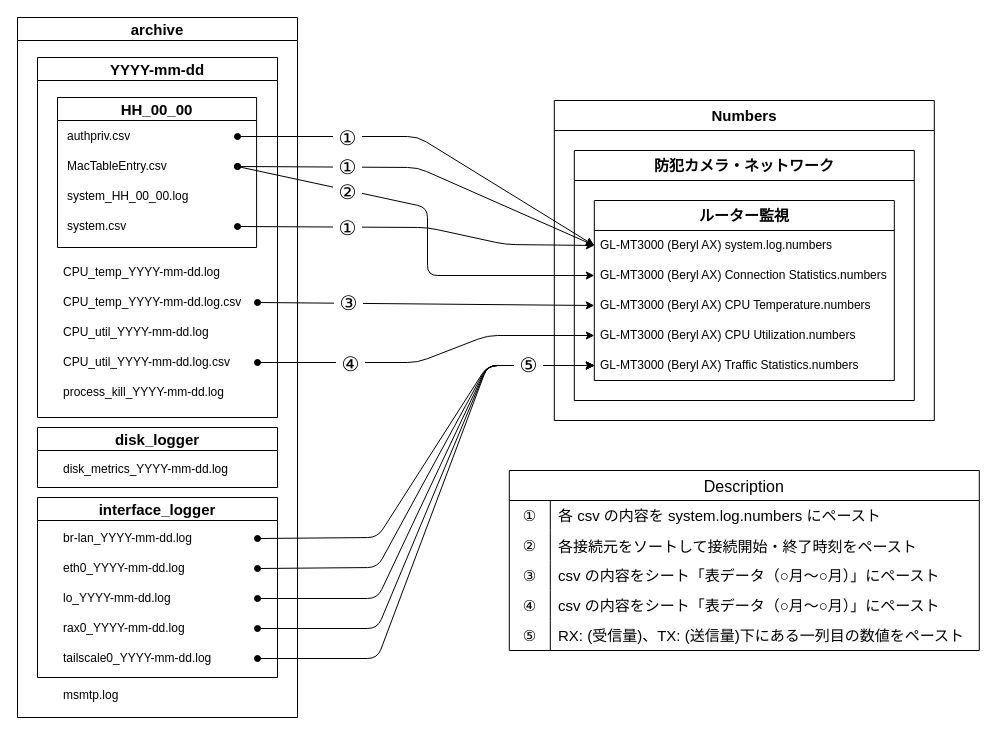
Above: ネットワーク構成図/GL-MT3000 監視ログの整理フロー.drawio in virtualitypage/draw.io (draw.io), before the change. Source tidied: cells renumbered, new cells numbered last; positions are measured from the earlier drawing's top-left corner, leaving out a move shared by most shapes. Both pictures are drawn from the tidied source at 100%, with x=0, y=0 at pixel (17, 17).
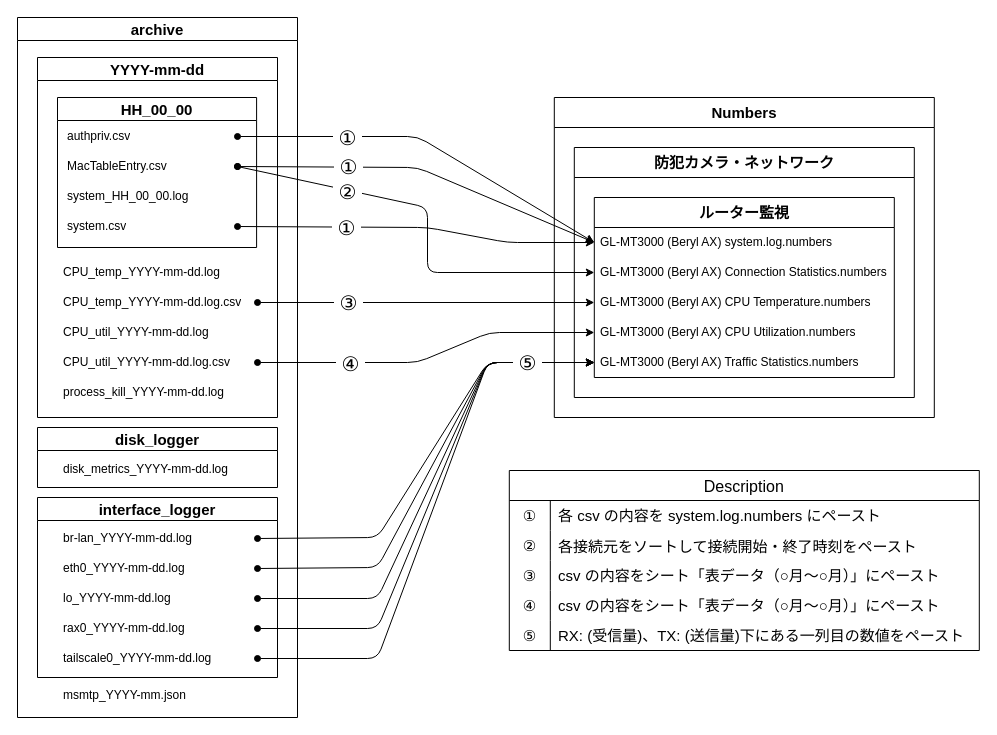
Above is the later version.

Commit message:
GL-MT3000 監視ログの整理フロー.drawio を更新

The change refers to these unchanged cells:
```xml
<mxCell id="5" value="MacTableEntry.csv" style="text;strokeColor=none;fillColor=none;align=left;verticalAlign=middle;spacingLeft=4;spacingRight=4;overflow=hidden;points=[[0,0.5],[1,0.5]];portConstraint=eastwest;whiteSpace=wrap;html=1;" parent="2" vertex="1">
  <mxGeometry x="4" y="54" width="176" height="30" as="geometry" />
</mxCell>
<mxCell id="7" value="system.csv" style="text;strokeColor=none;fillColor=none;align=left;verticalAlign=middle;spacingLeft=4;spacingRight=4;overflow=hidden;points=[[0,0.5],[1,0.5]];portConstraint=eastwest;whiteSpace=wrap;html=1;" parent="2" vertex="1">
  <mxGeometry x="4" y="114" width="176" height="30" as="geometry" />
</mxCell>
<mxCell id="10" value="CPU_util_YYYY-mm-dd.log.csv" style="text;strokeColor=none;fillColor=none;align=left;verticalAlign=middle;spacingLeft=4;spacingRight=4;overflow=hidden;points=[[0,0.5],[1,0.5]];portConstraint=eastwest;whiteSpace=wrap;html=1;" parent="1" vertex="1">
  <mxGeometry x="40" y="330" width="200" height="30" as="geometry" />
</mxCell>
<mxCell id="18" value="br-lan_YYYY-mm-dd.log" style="text;strokeColor=none;fillColor=none;align=left;verticalAlign=middle;spacingLeft=4;spacingRight=4;overflow=hidden;points=[[0,0.5],[1,0.5]];portConstraint=eastwest;whiteSpace=wrap;html=1;" parent="1" vertex="1">
  <mxGeometry x="40" y="506" width="200" height="30" as="geometry" />
</mxCell>
<mxCell id="19" value="eth0_YYYY-mm-dd.log" style="text;strokeColor=none;fillColor=none;align=left;verticalAlign=middle;spacingLeft=4;spacingRight=4;overflow=hidden;points=[[0,0.5],[1,0.5]];portConstraint=eastwest;whiteSpace=wrap;html=1;" parent="1" vertex="1">
  <mxGeometry x="40" y="536" width="200" height="30" as="geometry" />
</mxCell>
<mxCell id="20" value="lo_YYYY-mm-dd.log" style="text;strokeColor=none;fillColor=none;align=left;verticalAlign=middle;spacingLeft=4;spacingRight=4;overflow=hidden;points=[[0,0.5],[1,0.5]];portConstraint=eastwest;whiteSpace=wrap;html=1;" parent="1" vertex="1">
  <mxGeometry x="40" y="566" width="200" height="30" as="geometry" />
</mxCell>
<mxCell id="21" value="rax0_YYYY-mm-dd.log" style="text;strokeColor=none;fillColor=none;align=left;verticalAlign=middle;spacingLeft=4;spacingRight=4;overflow=hidden;points=[[0,0.5],[1,0.5]];portConstraint=eastwest;whiteSpace=wrap;html=1;" parent="1" vertex="1">
  <mxGeometry x="40" y="596" width="200" height="30" as="geometry" />
</mxCell>
<mxCell id="22" value="tailscale0_YYYY-mm-dd.log" style="text;strokeColor=none;fillColor=none;align=left;verticalAlign=middle;spacingLeft=4;spacingRight=4;overflow=hidden;points=[[0,0.5],[1,0.5]];portConstraint=eastwest;whiteSpace=wrap;html=1;" parent="1" vertex="1">
  <mxGeometry x="40" y="626" width="200" height="30" as="geometry" />
</mxCell>
<mxCell id="30" value="GL-MT3000 (Beryl AX) system.log.numbers" style="text;strokeColor=none;fillColor=none;align=left;verticalAlign=middle;spacingLeft=4;spacingRight=4;overflow=hidden;points=[[0,0.5],[1,0.5]];portConstraint=eastwest;whiteSpace=wrap;html=1;" parent="26" vertex="1">
  <mxGeometry x="20" y="80" width="300" height="30" as="geometry" />
</mxCell>
<mxCell id="32" value="GL-MT3000 (Beryl AX) CPU Utilization.numbers" style="text;strokeColor=none;fillColor=none;align=left;verticalAlign=middle;spacingLeft=4;spacingRight=4;overflow=hidden;points=[[0,0.5],[1,0.5]];portConstraint=eastwest;whiteSpace=wrap;html=1;" parent="26" vertex="1">
  <mxGeometry x="20" y="170" width="300" height="30" as="geometry" />
</mxCell>
<mxCell id="33" value="GL-MT3000 (Beryl AX) Traffic Statistics.numbers" style="text;strokeColor=none;fillColor=none;align=left;verticalAlign=middle;spacingLeft=4;spacingRight=4;overflow=hidden;points=[[0,0.5],[1,0.5]];portConstraint=eastwest;whiteSpace=wrap;html=1;" parent="26" vertex="1">
  <mxGeometry x="20" y="200" width="300" height="30" as="geometry" />
</mxCell>
<mxCell id="34" value="GL-MT3000 (Beryl AX) Connection Statistics.numbers" style="text;strokeColor=none;fillColor=none;align=left;verticalAlign=middle;spacingLeft=4;spacingRight=4;overflow=hidden;points=[[0,0.5],[1,0.5]];portConstraint=eastwest;whiteSpace=wrap;html=1;" parent="26" vertex="1">
  <mxGeometry x="20" y="110" width="300" height="30" as="geometry" />
</mxCell>
<mxCell id="41" style="endArrow=classic;html=1;rounded=1;curved=0;entryX=0;entryY=0.5;entryDx=0;entryDy=0;startArrow=oval;startFill=1;exitX=1;exitY=0.5;exitDx=0;exitDy=0;" parent="1" edge="1" source="5" target="30">
  <mxGeometry relative="1" as="geometry">
    <Array as="points">
      <mxPoint x="400" y="150" />
    </Array>
  </mxGeometry>
</mxCell>
<mxCell id="51" style="endArrow=classic;html=1;rounded=1;curved=0;entryX=0;entryY=0.5;entryDx=0;entryDy=0;startArrow=oval;startFill=1;exitX=1;exitY=0.5;exitDx=0;exitDy=0;" parent="1" edge="1" source="4" target="30">
  <mxGeometry relative="1" as="geometry">
    <Array as="points">
      <mxPoint x="400" y="119" />
    </Array>
  </mxGeometry>
</mxCell>
```

What changed in the source:
```diff
@@
-    <mxCell id="23" value="msmtp.log" style="text;strokeColor=none;fillColor=none;align=left;verticalAlign=middle;spacingLeft=4;spacingRight=4;overflow=hidden;whiteSpace=wrap;html=1;" parent="1" vertex="1">
+    <mxCell id="23" value="msmtp_YYYY-mm.json" style="text;strokeColor=none;fillColor=none;align=left;verticalAlign=middle;spacingLeft=4;spacingRight=4;overflow=hidden;whiteSpace=wrap;html=1;" parent="1" vertex="1">
       <mxGeometry x="40" y="663" width="200" height="30" as="geometry" />
     </mxCell>
     <mxCell id="24" style="group;fillColor=default;" parent="1" vertex="1">
-      <mxGeometry x="536.8" y="83" width="380" height="320" as="geometry" />
+      <mxGeometry x="536.8" y="80" width="380" height="320" as="geometry" />
     </mxCell>
@@
     <mxCell id="35" style="endArrow=classic;html=1;rounded=1;curved=0;entryX=0;entryY=0.5;entryDx=0;entryDy=0;startArrow=oval;startFill=1;exitX=1;exitY=0.5;exitDx=0;exitDy=0;" parent="1" edge="1" source="18" target="33">
       <mxGeometry relative="1" as="geometry">
         <Array as="points">
           <mxPoint x="360" y="520" />
-          <mxPoint x="470" y="348" />
+          <mxPoint x="470" y="345" />
         </Array>
       </mxGeometry>
     </mxCell>
     <mxCell id="36" style="endArrow=classic;html=1;rounded=1;curved=0;startArrow=oval;startFill=1;exitX=1;exitY=0.5;exitDx=0;exitDy=0;entryX=0;entryY=0.5;entryDx=0;entryDy=0;" parent="1" edge="1" source="19" target="33">
       <mxGeometry relative="1" as="geometry">
         <Array as="points">
           <mxPoint x="360" y="550" />
-          <mxPoint x="470" y="348" />
+          <mxPoint x="470" y="345" />
         </Array>
       </mxGeometry>
     </mxCell>
     <mxCell id="37" style="endArrow=classic;html=1;rounded=1;curved=0;startArrow=oval;startFill=1;exitX=1;exitY=0.5;exitDx=0;exitDy=0;entryX=0;entryY=0.5;entryDx=0;entryDy=0;" parent="1" edge="1" source="20" target="33">
       <mxGeometry relative="1" as="geometry">
         <Array as="points">
           <mxPoint x="360" y="581" />
-          <mxPoint x="470" y="348" />
+          <mxPoint x="470" y="345" />
         </Array>
       </mxGeometry>
     </mxCell>
     <mxCell id="38" style="endArrow=classic;html=1;rounded=1;curved=0;startArrow=oval;startFill=1;exitX=1;exitY=0.5;exitDx=0;exitDy=0;entryX=0;entryY=0.5;entryDx=0;entryDy=0;" parent="1" edge="1" source="21" target="33">
       <mxGeometry relative="1" as="geometry">
         <Array as="points">
           <mxPoint x="360" y="611" />
-          <mxPoint x="470" y="348" />
+          <mxPoint x="470" y="345" />
         </Array>
       </mxGeometry>
     </mxCell>
     <mxCell id="39" style="endArrow=classic;html=1;rounded=1;curved=0;startArrow=oval;startFill=1;exitX=1;exitY=0.5;exitDx=0;exitDy=0;entryX=0;entryY=0.5;entryDx=0;entryDy=0;" parent="1" edge="1" source="22" target="33">
       <mxGeometry relative="1" as="geometry">
         <Array as="points">
           <mxPoint x="360" y="641" />
-          <mxPoint x="470" y="348" />
+          <mxPoint x="470" y="345" />
         </Array>
       </mxGeometry>
     </mxCell>
@@
     <mxCell id="42" value="&lt;span style=&quot;font-size: 20px;&quot;&gt;&amp;nbsp;①&amp;nbsp;&lt;/span&gt;" style="edgeLabel;html=1;align=center;verticalAlign=middle;" parent="41" vertex="1">
       <mxGeometry x="-0.47" relative="1" as="geometry">
-        <mxPoint x="11" y="-1" as="offset" />
+        <mxPoint x="12" y="-1" as="offset" />
       </mxGeometry>
     </mxCell>
     <mxCell id="43" style="endArrow=classic;html=1;rounded=1;curved=0;entryX=0;entryY=0.5;entryDx=0;entryDy=0;startArrow=oval;startFill=1;exitX=1;exitY=0.5;exitDx=0;exitDy=0;" parent="1" edge="1" source="7" target="30">
       <mxGeometry relative="1" as="geometry">
         <Array as="points">
           <mxPoint x="410" y="210" />
-          <mxPoint x="488" y="227" />
+          <mxPoint x="490" y="225" />
         </Array>
       </mxGeometry>
     </mxCell>
@@
     <mxCell id="47" style="endArrow=classic;html=1;rounded=1;curved=0;entryX=0;entryY=0.5;entryDx=0;entryDy=0;startArrow=oval;startFill=1;exitX=1;exitY=0.5;exitDx=0;exitDy=0;" parent="1" edge="1" source="10" target="32">
       <mxGeometry relative="1" as="geometry">
         <Array as="points">
           <mxPoint x="400" y="345" />
-          <mxPoint x="470" y="318" />
+          <mxPoint x="472" y="315" />
         </Array>
       </mxGeometry>
     </mxCell>
@@
     <mxCell id="49" style="endArrow=classic;html=1;rounded=1;curved=0;startArrow=oval;startFill=1;exitX=1;exitY=0.5;exitDx=0;exitDy=0;entryX=0;entryY=0.5;entryDx=0;entryDy=0;" parent="1" edge="1" source="5" target="34">
       <mxGeometry relative="1" as="geometry">
         <Array as="points">
           <mxPoint x="410" y="190" />
-          <mxPoint x="410" y="258" />
+          <mxPoint x="410" y="255" />
         </Array>
       </mxGeometry>
     </mxCell>
     <mxCell id="50" value="&lt;span style=&quot;font-size: 20px;&quot;&gt;&amp;nbsp;②&amp;nbsp;&lt;/span&gt;" style="edgeLabel;html=1;align=center;verticalAlign=middle;" parent="49" vertex="1">
       <mxGeometry x="-0.52" y="3" relative="1" as="geometry">
-        <mxPoint x="8" y="6" as="offset" />
+        <mxPoint x="9" y="6" as="offset" />
       </mxGeometry>
     </mxCell>
@@
     <mxCell id="52" value="&amp;nbsp;①&amp;nbsp;" style="edgeLabel;html=1;align=center;verticalAlign=middle;fontSize=20;" parent="51" vertex="1">
       <mxGeometry x="-0.44" y="1" relative="1" as="geometry">
-        <mxPoint y="1" as="offset" />
+        <mxPoint x="1" y="1" as="offset" />
       </mxGeometry>
     </mxCell>
```
